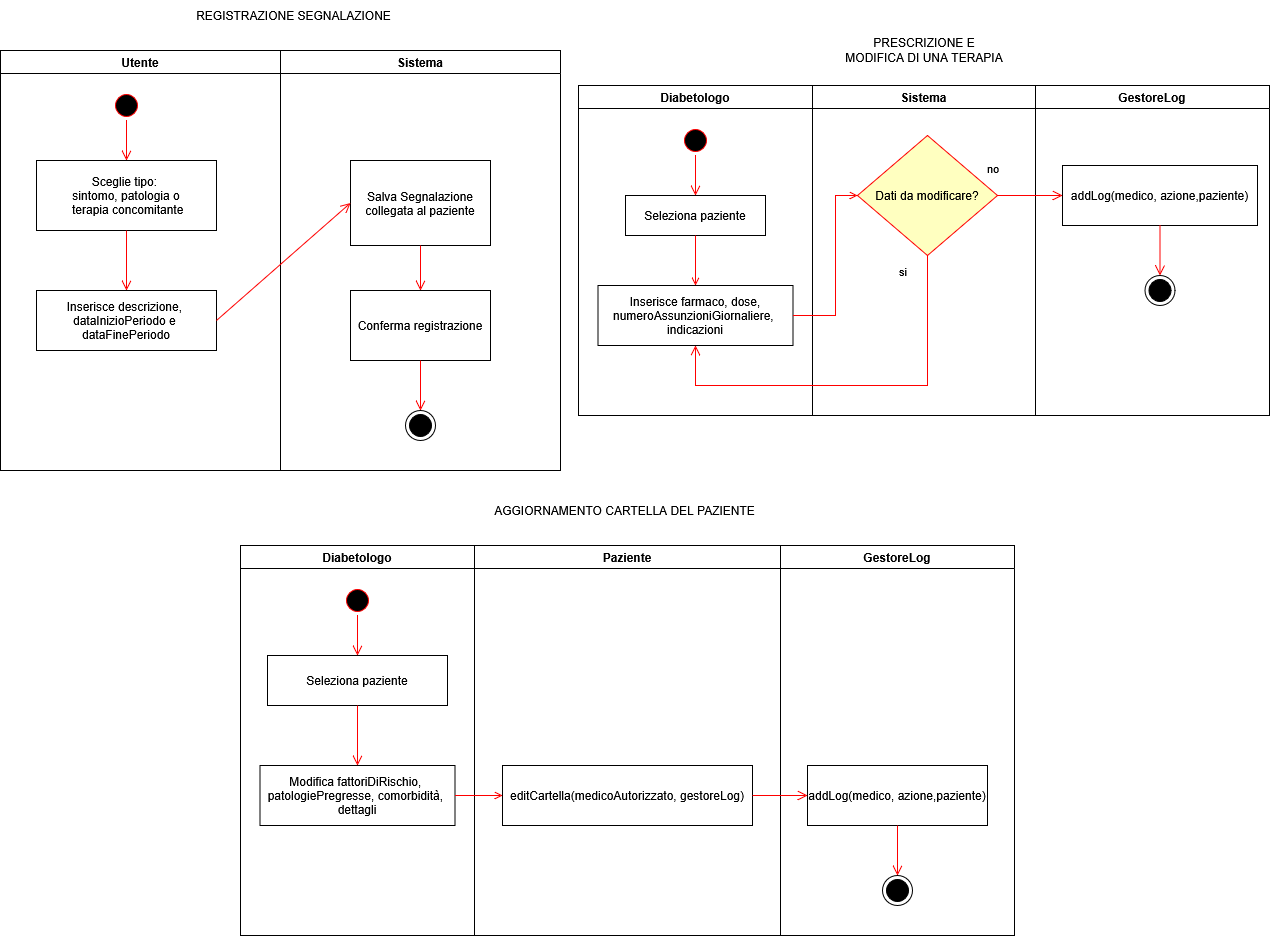
Before: Relazione Ingegneria del Software/Immagini/ActivityDiagram_22.png, a diagram exported from draw.io (Reyunityone/diabete-tracker). Source tidied: cells renumbered, new cells last; positions are measured from the earlier drawing's top-left corner, leaving out a move shared by most shapes.
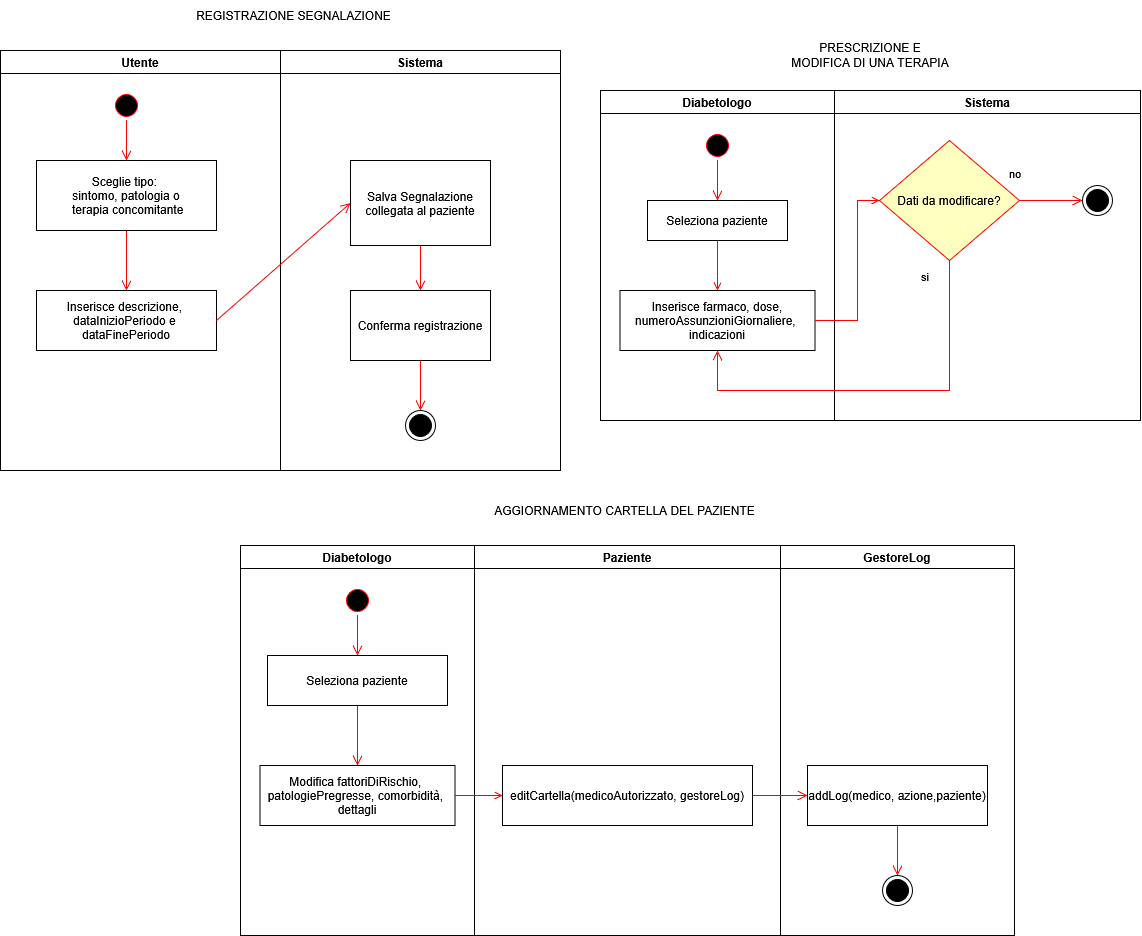
Later version of the same file.

Change to the diagram source:
```diff
@@ -90,7 +90,7 @@
       <mxGeometry x="462.5" y="495" width="323" height="30" as="geometry" />
     </mxCell>
     <mxCell id="31" value="Diabetologo" style="swimlane;whiteSpace=wrap;" parent="1" vertex="1">
-      <mxGeometry x="578" y="85" width="234" height="330" as="geometry" />
+      <mxGeometry x="600" y="90" width="234" height="330" as="geometry" />
     </mxCell>
     <mxCell id="32" style="edgeStyle=elbowEdgeStyle;elbow=horizontal;verticalAlign=bottom;endArrow=open;endSize=8;strokeColor=#FF0000;endFill=1;rounded=0;entryX=0.5;entryY=0;entryDx=0;entryDy=0;exitX=0.5;exitY=1;exitDx=0;exitDy=0;" parent="31" edge="1" source="34" target="33">
       <mxGeometry x="100" y="40" as="geometry" />
@@ -108,46 +108,37 @@
       <mxGeometry relative="1" as="geometry" />
     </mxCell>
     <mxCell id="37" value="Sistema" style="swimlane;whiteSpace=wrap;startSize=23;" parent="1" vertex="1">
-      <mxGeometry x="812" y="85" width="223" height="330" as="geometry" />
+      <mxGeometry x="834" y="90" width="306" height="330" as="geometry" />
     </mxCell>
     <mxCell id="38" value="Dati da modificare?" style="rhombus;whiteSpace=wrap;html=1;fontColor=#000000;fillColor=#ffffc0;strokeColor=#ff0000;" parent="37" vertex="1">
       <mxGeometry x="45" y="50" width="140" height="120" as="geometry" />
     </mxCell>
+    <mxCell id="47" style="ellipse;html=1;shape=endState;fillColor=strokeColor;" parent="37" vertex="1">
+      <mxGeometry x="248" y="95" width="30" height="30" as="geometry" />
+    </mxCell>
+    <mxCell id="46" value="no" style="html=1;align=left;verticalAlign=top;endArrow=open;endSize=8;strokeColor=#ff0000;rounded=0;exitX=1;exitY=0.5;exitDx=0;exitDy=0;entryX=0;entryY=0.5;entryDx=0;entryDy=0;" parent="37" edge="1" source="38" target="47">
+      <mxGeometry x="-1" y="22" relative="1" as="geometry">
+        <mxPoint x="-12" y="-18" as="offset" />
+      </mxGeometry>
+    </mxCell>
     <mxCell id="39" value="PRESCRIZIONE E MODIFICA DI UNA TERAPIA" style="text;html=1;whiteSpace=wrap;strokeColor=none;fillColor=none;align=center;verticalAlign=middle;rounded=0;" parent="1" vertex="1">
-      <mxGeometry x="842" y="35" width="164" height="30" as="geometry" />
+      <mxGeometry x="788" y="40" width="164" height="30" as="geometry" />
     </mxCell>
     <mxCell id="40" style="endArrow=open;strokeColor=#FF0000;endFill=1;rounded=0;entryX=0;entryY=0.5;entryDx=0;entryDy=0;exitX=1;exitY=0.5;exitDx=0;exitDy=0;edgeStyle=orthogonalEdgeStyle;" parent="1" edge="1" source="35" target="38">
       <mxGeometry relative="1" as="geometry">
         <Array as="points">
-          <mxPoint x="835" y="315" />
-          <mxPoint x="835" y="195" />
+          <mxPoint x="857" y="320" />
+          <mxPoint x="857" y="200" />
         </Array>
       </mxGeometry>
     </mxCell>
     <mxCell id="41" value="&lt;div&gt;si&lt;/div&gt;" style="html=1;align=left;verticalAlign=top;endArrow=open;endSize=8;strokeColor=#ff0000;rounded=0;exitX=0.5;exitY=1;exitDx=0;exitDy=0;entryX=0.5;entryY=1;entryDx=0;entryDy=0;edgeStyle=orthogonalEdgeStyle;" parent="1" edge="1" source="38" target="35">
       <mxGeometry x="-0.98" y="-30" relative="1" as="geometry">
         <Array as="points">
-          <mxPoint x="927" y="385" />
-          <mxPoint x="695" y="385" />
+          <mxPoint x="949" y="390" />
+          <mxPoint x="717" y="390" />
         </Array>
       </mxGeometry>
     </mxCell>
-    <mxCell id="42" value="GestoreLog" style="swimlane;whiteSpace=wrap;startSize=23;" parent="1" vertex="1">
-      <mxGeometry x="1035" y="85" width="234" height="330" as="geometry" />
-    </mxCell>
-    <mxCell id="43" value="addLog(medico, azione,paziente)" parent="42" vertex="1">
-      <mxGeometry x="27" y="80" width="195" height="60" as="geometry" />
-    </mxCell>
-    <mxCell id="44" style="elbow=horizontal;verticalAlign=bottom;endArrow=open;endSize=8;strokeColor=#FF0000;endFill=1;rounded=0;exitX=0.5;exitY=1;exitDx=0;exitDy=0;entryX=0.5;entryY=0;entryDx=0;entryDy=0;" parent="42" edge="1" source="43" target="45">
-      <mxGeometry x="-74" y="-4750" as="geometry" />
-    </mxCell>
-    <mxCell id="45" style="ellipse;html=1;shape=endState;fillColor=strokeColor;" parent="42" vertex="1">
-      <mxGeometry x="109.5" y="190" width="30" height="30" as="geometry" />
-    </mxCell>
-    <mxCell id="46" value="no" style="html=1;align=left;verticalAlign=top;endArrow=open;endSize=8;strokeColor=#ff0000;rounded=0;exitX=1;exitY=0.5;exitDx=0;exitDy=0;entryX=0;entryY=0.5;entryDx=0;entryDy=0;" parent="1" edge="1" source="38" target="43">
-      <mxGeometry x="-1" y="22" relative="1" as="geometry">
-        <mxPoint x="-12" y="-18" as="offset" />
-      </mxGeometry>
-    </mxCell>
   </root>
 </mxGraphModel>
```
